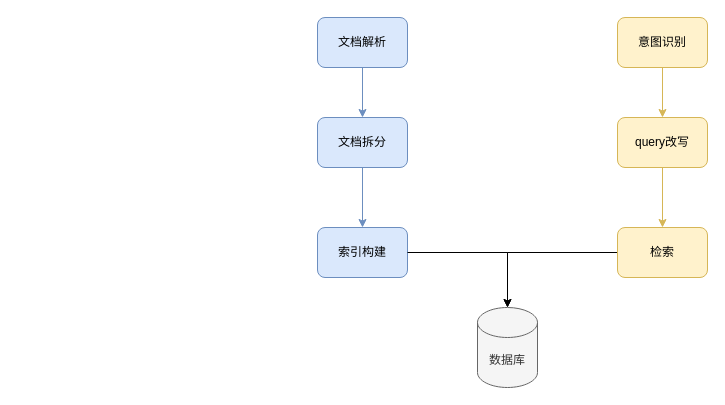
The draw.io diagram page "RAG" (3 of 3) of storage.drawio in lovercode/drawio, before the edit. Source tidied: cells renumbered, new cells numbered last; positions are measured from the earlier drawing's top-left corner, leaving out a move shared by most shapes. Both pictures are drawn from the tidied source at 100%, with x=0, y=0 at pixel (317, 17).
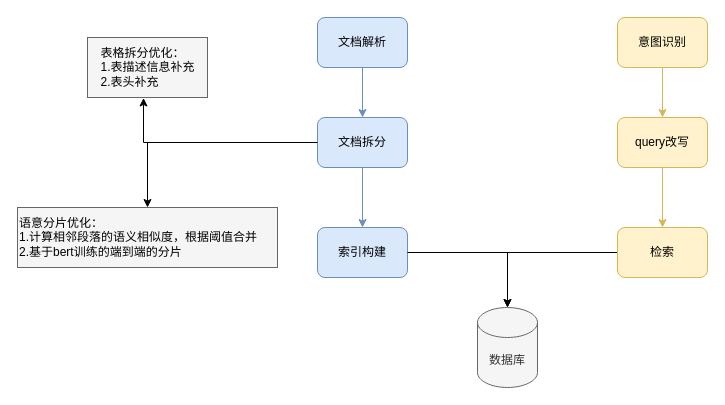
Above is the later version.

The edit, as a diff of the source:
```diff
@@
 <mxGraphModel>
   <root>
     <mxCell id="0" />
     <mxCell id="1" parent="0" />
     <mxCell id="2" style="edgeStyle=orthogonalEdgeStyle;rounded=0;jettySize=auto;html=1;fillColor=#dae8fc;strokeColor=#6c8ebf;" parent="1" edge="1" source="3" target="5">
       <mxGeometry relative="1" as="geometry" />
     </mxCell>
     <mxCell id="3" value="文档解析" style="rounded=1;whiteSpace=wrap;html=1;fillColor=#dae8fc;strokeColor=#6c8ebf;" parent="1" vertex="1">
       <mxGeometry width="90" height="50" as="geometry" />
     </mxCell>
     <mxCell id="4" style="edgeStyle=orthogonalEdgeStyle;rounded=0;jettySize=auto;html=1;fillColor=#dae8fc;strokeColor=#6c8ebf;" parent="1" edge="1" source="5" target="6">
       <mxGeometry relative="1" as="geometry" />
     </mxCell>
+    <mxCell id="15" style="edgeStyle=orthogonalEdgeStyle;rounded=0;jettySize=auto;html=1;" parent="1" edge="1" source="5" target="17">
+      <mxGeometry relative="1" as="geometry" />
+    </mxCell>
     <mxCell id="5" value="文档拆分" style="rounded=1;whiteSpace=wrap;html=1;fillColor=#dae8fc;strokeColor=#6c8ebf;" parent="1" vertex="1">
       <mxGeometry y="100" width="90" height="50" as="geometry" />
     </mxCell>
     <mxCell id="6" value="索引构建" style="rounded=1;whiteSpace=wrap;html=1;fillColor=#dae8fc;strokeColor=#6c8ebf;" parent="1" vertex="1">
       <mxGeometry y="210" width="90" height="50" as="geometry" />
     </mxCell>
     <mxCell id="7" value="数据库" style="shape=cylinder3;whiteSpace=wrap;html=1;boundedLbl=1;backgroundOutline=1;size=15;fillColor=#f5f5f5;fontColor=#333333;strokeColor=#666666;" parent="1" vertex="1">
       <mxGeometry x="160" y="290" width="60" height="80" as="geometry" />
     </mxCell>
     <mxCell id="8" style="edgeStyle=orthogonalEdgeStyle;rounded=0;jettySize=auto;html=1;" parent="1" edge="1" source="9" target="7">
       <mxGeometry relative="1" as="geometry" />
     </mxCell>
     <mxCell id="9" value="检索" style="rounded=1;whiteSpace=wrap;html=1;fillColor=#fff2cc;strokeColor=#d6b656;" parent="1" vertex="1">
       <mxGeometry x="300" y="210" width="90" height="50" as="geometry" />
     </mxCell>
     <mxCell id="10" style="edgeStyle=orthogonalEdgeStyle;rounded=0;jettySize=auto;html=1;fillColor=#fff2cc;strokeColor=#d6b656;" parent="1" edge="1" source="11" target="13">
       <mxGeometry relative="1" as="geometry" />
     </mxCell>
     <mxCell id="11" value="意图识别" style="rounded=1;whiteSpace=wrap;html=1;fillColor=#fff2cc;strokeColor=#d6b656;" parent="1" vertex="1">
       <mxGeometry x="300" width="90" height="50" as="geometry" />
     </mxCell>
     <mxCell id="12" style="edgeStyle=orthogonalEdgeStyle;rounded=0;jettySize=auto;html=1;fillColor=#fff2cc;strokeColor=#d6b656;" parent="1" edge="1" source="13" target="9">
       <mxGeometry relative="1" as="geometry" />
     </mxCell>
     <mxCell id="13" value="query改写" style="rounded=1;whiteSpace=wrap;html=1;fillColor=#fff2cc;strokeColor=#d6b656;" parent="1" vertex="1">
       <mxGeometry x="300" y="100" width="90" height="50" as="geometry" />
     </mxCell>
     <mxCell id="14" style="edgeStyle=orthogonalEdgeStyle;rounded=0;jettySize=auto;html=1;entryX=0.5;entryY=0;entryDx=0;entryDy=0;entryPerimeter=0;" parent="1" edge="1" source="6" target="7">
       <mxGeometry relative="1" as="geometry" />
     </mxCell>
+    <mxCell id="16" value="&lt;div style=&quot;text-align: left;&quot;&gt;&lt;span style=&quot;background-color: transparent; color: light-dark(rgb(0, 0, 0), rgb(255, 255, 255));&quot;&gt;表格拆分优化：&lt;/span&gt;&lt;/div&gt;&lt;div style=&quot;text-align: left;&quot;&gt;&lt;span style=&quot;background-color: transparent; color: light-dark(rgb(0, 0, 0), rgb(255, 255, 255));&quot;&gt;1.表描述信息补充&lt;/span&gt;&lt;/div&gt;&lt;div style=&quot;text-align: left;&quot;&gt;&lt;span style=&quot;background-color: transparent; color: light-dark(rgb(0, 0, 0), rgb(255, 255, 255));&quot;&gt;2.表头补充&lt;/span&gt;&lt;/div&gt;" style="text;html=1;align=center;verticalAlign=middle;points=[];strokeColor=#666666;fillColor=#f5f5f5;fontColor=#333333;" parent="1" vertex="1">
+      <mxGeometry x="-230" y="20" width="120" height="60" as="geometry" />
+    </mxCell>
+    <mxCell id="17" value="&lt;font color=&quot;#000000&quot;&gt;语意分片优化：&lt;br&gt;1.计算相邻段落的语义相似度，根据阈值合并&lt;/font&gt;&lt;div&gt;&lt;font color=&quot;#000000&quot;&gt;2.基于bert训练的端到端的分片&lt;/font&gt;&lt;/div&gt;" style="text;html=1;align=left;verticalAlign=middle;points=[];strokeColor=#666666;fillColor=#f5f5f5;fontColor=#333333;" parent="1" vertex="1">
+      <mxGeometry x="-300" y="190" width="260" height="60" as="geometry" />
+    </mxCell>
+    <mxCell id="18" style="edgeStyle=orthogonalEdgeStyle;rounded=0;jettySize=auto;html=1;entryX=0.467;entryY=1.008;entryDx=0;entryDy=0;entryPerimeter=0;" parent="1" edge="1" source="5" target="16">
+      <mxGeometry relative="1" as="geometry" />
+    </mxCell>
   </root>
 </mxGraphModel>
```
